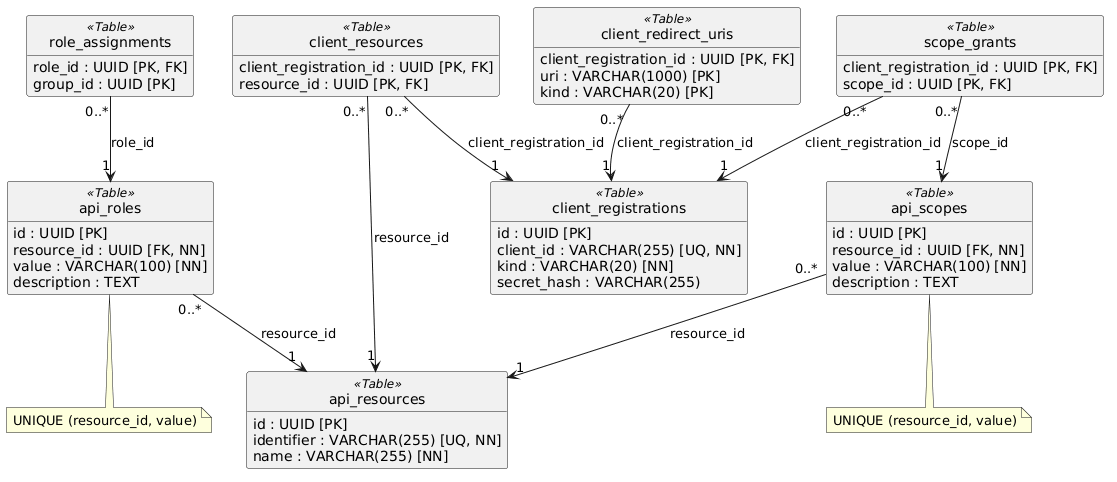
Above: assets/tactical_design/identityprovider/code_level/db_diagram/schema.png in Soulware-Emergentes/report (PlantUML), before the change. Source of this version:
```plantuml
@startuml
skinparam classAttributeIconSize 0
hide circle
hide empty methods

class api_resources <<Table>> {
    {field} id : UUID [PK]
    {field} identifier : VARCHAR(255) [UQ, NN]
    {field} name : VARCHAR(255) [NN]
}

class api_roles <<Table>> {
    {field} id : UUID [PK]
    {field} resource_id : UUID [FK, NN]
    {field} value : VARCHAR(100) [NN]
    {field} description : TEXT
}

class api_scopes <<Table>> {
    {field} id : UUID [PK]
    {field} resource_id : UUID [FK, NN]
    {field} value : VARCHAR(100) [NN]
    {field} description : TEXT
}

class client_registrations <<Table>> {
    {field} id : UUID [PK]
    {field} client_id : VARCHAR(255) [UQ, NN]
    {field} kind : VARCHAR(20) [NN]
    {field} secret_hash : VARCHAR(255)
}

class client_redirect_uris <<Table>> {
    {field} client_registration_id : UUID [PK, FK]
    {field} uri : VARCHAR(1000) [PK]
    {field} kind : VARCHAR(20) [PK]
}

class client_resources <<Table>> {
    {field} client_registration_id : UUID [PK, FK]
    {field} resource_id : UUID [PK, FK]
}

class role_assignments <<Table>> {
    {field} role_id : UUID [PK, FK]
    {field} group_id : UUID [PK]
}

class scope_grants <<Table>> {
    {field} client_registration_id : UUID [PK, FK]
    {field} scope_id : UUID [PK, FK]
}

note bottom of api_roles
    UNIQUE (resource_id, value)
end note

note bottom of api_scopes
    UNIQUE (resource_id, value)
end note

api_roles "0..*" --> "1" api_resources : resource_id
api_scopes "0..*" --> "1" api_resources : resource_id
client_redirect_uris "0..*" --> "1" client_registrations : client_registration_id
client_resources "0..*" --> "1" client_registrations : client_registration_id
client_resources "0..*" --> "1" api_resources : resource_id
role_assignments "0..*" --> "1" api_roles : role_id
scope_grants "0..*" --> "1" client_registrations : client_registration_id
scope_grants "0..*" --> "1" api_scopes : scope_id
@enduml
```
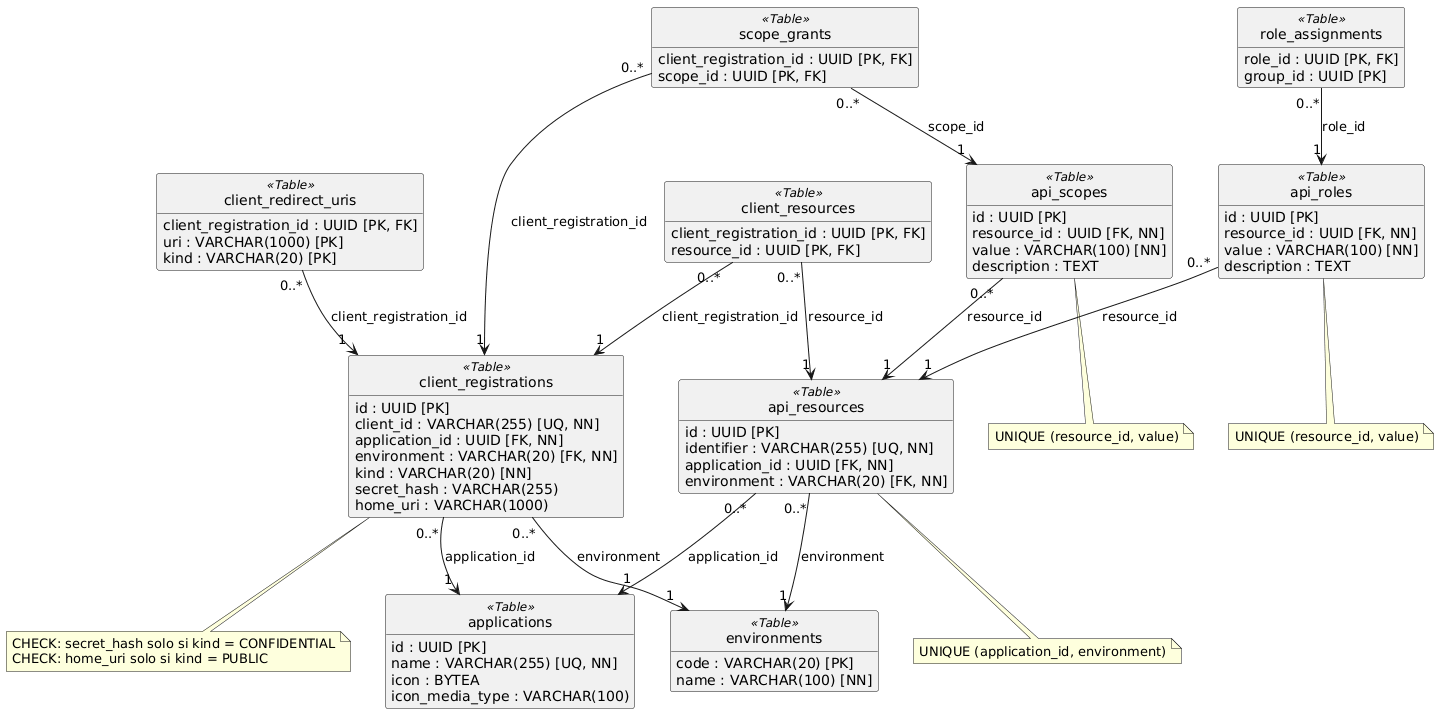
The same file after the commit.

What changed in the source:
```diff
@@ -3,10 +3,23 @@
 hide circle
 hide empty methods
 
+class applications <<Table>> {
+    {field} id : UUID [PK]
+    {field} name : VARCHAR(255) [UQ, NN]
+    {field} icon : BYTEA
+    {field} icon_media_type : VARCHAR(100)
+}
+
+class environments <<Table>> {
+    {field} code : VARCHAR(20) [PK]
+    {field} name : VARCHAR(100) [NN]
+}
+
 class api_resources <<Table>> {
     {field} id : UUID [PK]
     {field} identifier : VARCHAR(255) [UQ, NN]
-    {field} name : VARCHAR(255) [NN]
+    {field} application_id : UUID [FK, NN]
+    {field} environment : VARCHAR(20) [FK, NN]
 }
 
 class api_roles <<Table>> {
@@ -26,8 +39,11 @@
 class client_registrations <<Table>> {
     {field} id : UUID [PK]
     {field} client_id : VARCHAR(255) [UQ, NN]
+    {field} application_id : UUID [FK, NN]
+    {field} environment : VARCHAR(20) [FK, NN]
     {field} kind : VARCHAR(20) [NN]
     {field} secret_hash : VARCHAR(255)
+    {field} home_uri : VARCHAR(1000)
 }
 
 class client_redirect_uris <<Table>> {
@@ -51,6 +67,15 @@
     {field} scope_id : UUID [PK, FK]
 }
 
+note bottom of api_resources
+    UNIQUE (application_id, environment)
+end note
+
+note bottom of client_registrations
+    CHECK: secret_hash solo si kind = CONFIDENTIAL
+    CHECK: home_uri solo si kind = PUBLIC
+end note
+
 note bottom of api_roles
     UNIQUE (resource_id, value)
 end note
@@ -59,6 +84,10 @@
     UNIQUE (resource_id, value)
 end note
 
+api_resources "0..*" --> "1" applications : application_id
+api_resources "0..*" --> "1" environments : environment
+client_registrations "0..*" --> "1" applications : application_id
+client_registrations "0..*" --> "1" environments : environment
 api_roles "0..*" --> "1" api_resources : resource_id
 api_scopes "0..*" --> "1" api_resources : resource_id
 client_redirect_uris "0..*" --> "1" client_registrations : client_registration_id
```
